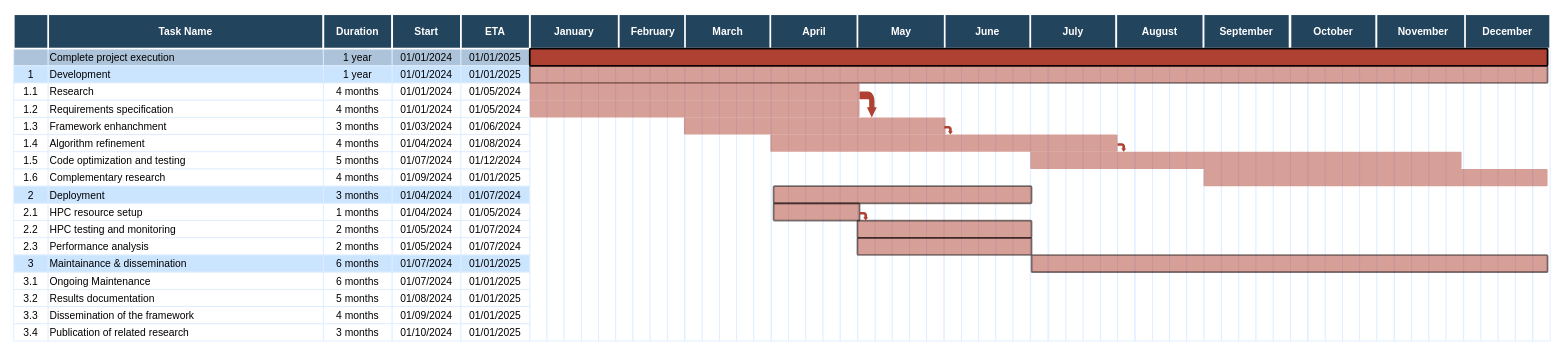
Above: docs/GANTT-cineca.drawio in josura/c2c-sepia (draw.io), before the change. Source tidied: cells renumbered, new cells numbered last; positions are measured from the earlier drawing's top-left corner, leaving out a move shared by most shapes. Both pictures are drawn from the tidied source at 86%, with x=0, y=0 at pixel (13, 14).
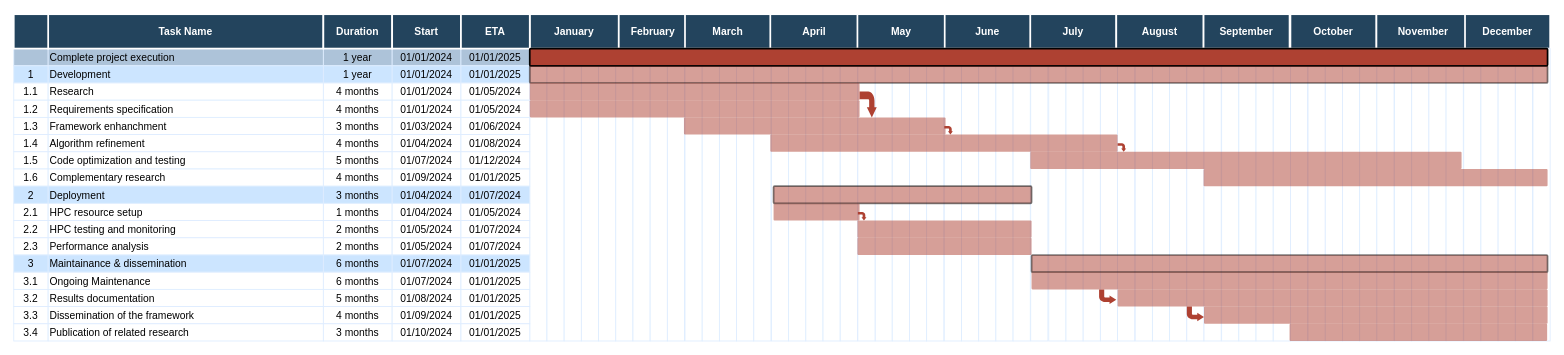
The same page after the edit.

What changed in the source:
```diff
@@
-    <mxCell id="173" style="shape=mxgraph.flowchart.process;fillColor=#AE4132;strokeColor=#000000;strokeWidth=2;opacity=50;" parent="1" vertex="1">
+    <mxCell id="173" style="shape=mxgraph.flowchart.process;fillColor=#AE4132;strokeColor=none;strokeWidth=2;opacity=50;" parent="1" vertex="1">
       <mxGeometry x="884" y="220" width="100" height="20" as="geometry" />
     </mxCell>
@@
-    <mxCell id="177" style="shape=mxgraph.flowchart.process;fillColor=#AE4132;strokeColor=#000000;strokeWidth=2;opacity=50;" parent="1" vertex="1">
+    <mxCell id="177" style="shape=mxgraph.flowchart.process;fillColor=#AE4132;strokeColor=none;strokeWidth=2;opacity=50;" parent="1" vertex="1">
       <mxGeometry x="981.5" y="240" width="202.5" height="20" as="geometry" />
     </mxCell>
-    <mxCell id="178" style="shape=mxgraph.flowchart.process;fillColor=#AE4132;strokeColor=#000000;strokeWidth=2;opacity=50;" parent="1" vertex="1">
+    <mxCell id="178" style="shape=mxgraph.flowchart.process;fillColor=#AE4132;strokeColor=none;strokeWidth=2;opacity=50;" parent="1" vertex="1">
       <mxGeometry x="981.5" y="260" width="202.5" height="20" as="geometry" />
     </mxCell>
     <mxCell id="179" style="shape=mxgraph.arrows.bent_right_arrow;fillColor=#AE4132;strokeColor=none;strokeWidth=2;direction=south;" parent="1" vertex="1">
-      <mxGeometry x="984" y="230" width="10" height="10" as="geometry" />
+      <mxGeometry x="982" y="230" width="10" height="10" as="geometry" />
     </mxCell>
+    <mxCell id="180" style="shape=mxgraph.flowchart.process;fillColor=#AE4132;strokeColor=none;strokeWidth=2;opacity=50;" parent="1" vertex="1">
+      <mxGeometry x="1184" y="300" width="600" height="20" as="geometry" />
+    </mxCell>
+    <mxCell id="181" style="shape=mxgraph.flowchart.process;fillColor=#AE4132;strokeColor=none;strokeWidth=2;opacity=50;" parent="1" vertex="1">
+      <mxGeometry x="1284" y="320" width="500" height="20" as="geometry" />
+    </mxCell>
+    <mxCell id="182" style="shape=mxgraph.flowchart.process;fillColor=#AE4132;strokeColor=none;strokeWidth=2;opacity=50;" parent="1" vertex="1">
+      <mxGeometry x="1384.5" y="340" width="399.5" height="20" as="geometry" />
+    </mxCell>
+    <mxCell id="183" style="shape=mxgraph.flowchart.process;fillColor=#AE4132;strokeColor=none;strokeWidth=2;opacity=50;" parent="1" vertex="1">
+      <mxGeometry x="1484" y="360" width="299.5" height="20" as="geometry" />
+    </mxCell>
+    <mxCell id="184" style="shape=mxgraph.arrows.bent_left_arrow;html=1;verticalLabelPosition=bottom;verticalAlign=top;strokeWidth=2;strokeColor=none;fillColor=#AE4132;direction=west;" parent="1" vertex="1">
+      <mxGeometry x="1262.5" y="320" width="20" height="17" as="geometry" />
+    </mxCell>
+    <mxCell id="185" style="shape=mxgraph.arrows.bent_left_arrow;html=1;verticalLabelPosition=bottom;verticalAlign=top;strokeWidth=2;strokeColor=none;fillColor=#AE4132;direction=west;" parent="1" vertex="1">
+      <mxGeometry x="1364.5" y="340" width="20" height="17" as="geometry" />
+    </mxCell>
```
